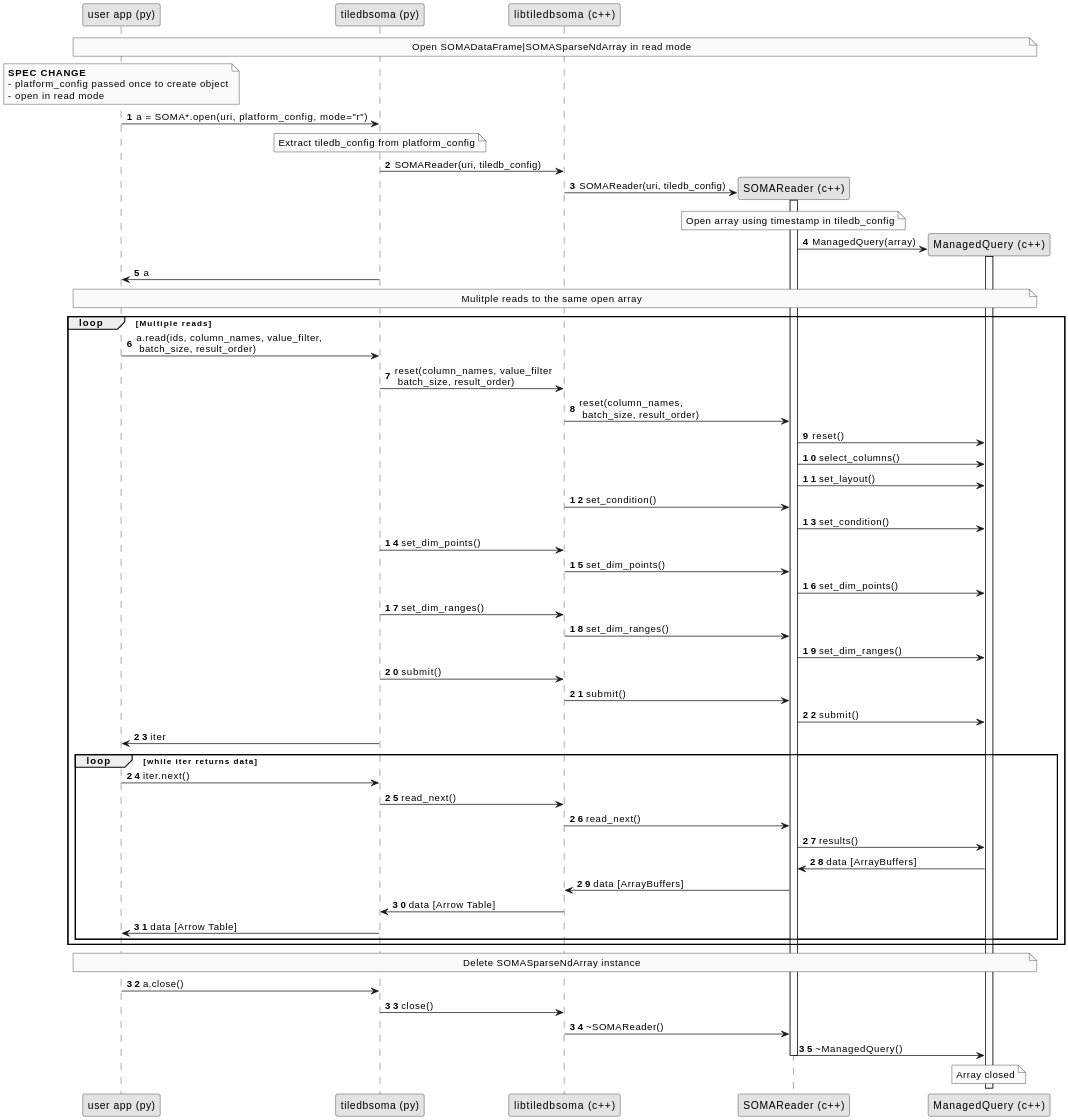
Earlier version of the PlantUML export libtiledbsoma/doc/reader.svg (single-cell-data/TileDB-SOMA). Its diagram source:
```plantuml
@startuml

skinparam monochrome true
scale 800 height
autonumber

participant "user app (py)" as py
participant "tiledbsoma (py)" as soma
participant "libtiledbsoma (c++)" as clib
participant "SOMAReader (c++)" as sr
participant "ManagedQuery (c++)" as mq


note across: Open SOMADataFrame|SOMASparseNdArray in read mode

note over py: **SPEC CHANGE**\n- platform_config passed once to create object\n- open in read mode
py -> soma : a = SOMA*.open(uri, platform_config, mode="r")
note over soma: Extract tiledb_config from platform_config
soma -> clib : SOMAReader(uri, tiledb_config)
clib -> sr ** : SOMAReader(uri, tiledb_config)
sr++
note over sr: Open array using timestamp in tiledb_config

sr -> mq ** : ManagedQuery(array)
mq ++
soma -> py : a

note across: Mulitple reads to the same open array
loop Multiple reads
    py -> soma : a.read(ids, column_names, value_filter,\n batch_size, result_order)
    soma -> clib : reset(column_names, value_filter\n batch_size, result_order)
    clib -> sr : reset(column_names,\n batch_size, result_order)
    sr -> mq : reset()
    sr -> mq : select_columns()
    sr -> mq : set_layout()

    clib -> sr : set_condition()
    sr -> mq : set_condition()

    soma -> clib : set_dim_points()
    clib -> sr : set_dim_points()
    sr -> mq : set_dim_points()

    soma -> clib : set_dim_ranges()
    clib -> sr : set_dim_ranges()
    sr -> mq : set_dim_ranges()

    soma -> clib : submit()
    clib -> sr : submit()
    sr -> mq : submit()
    soma -> py : iter


    loop while iter returns data
        py -> soma : iter.next()
        soma -> clib : read_next()
        clib -> sr : read_next()
        sr -> mq : results()
        mq -> sr : data [ArrayBuffers]
        sr -> clib : data [ArrayBuffers]
        clib -> soma : data [Arrow Table]
        soma -> py : data [Arrow Table]
    end
end

note across: Delete SOMASparseNdArray instance

py -> soma : a.close()
soma -> clib : close()
clib -> sr -- : ~SOMAReader()
sr -> mq -- : ~ManagedQuery()
note over mq : Array closed

@enduml
```
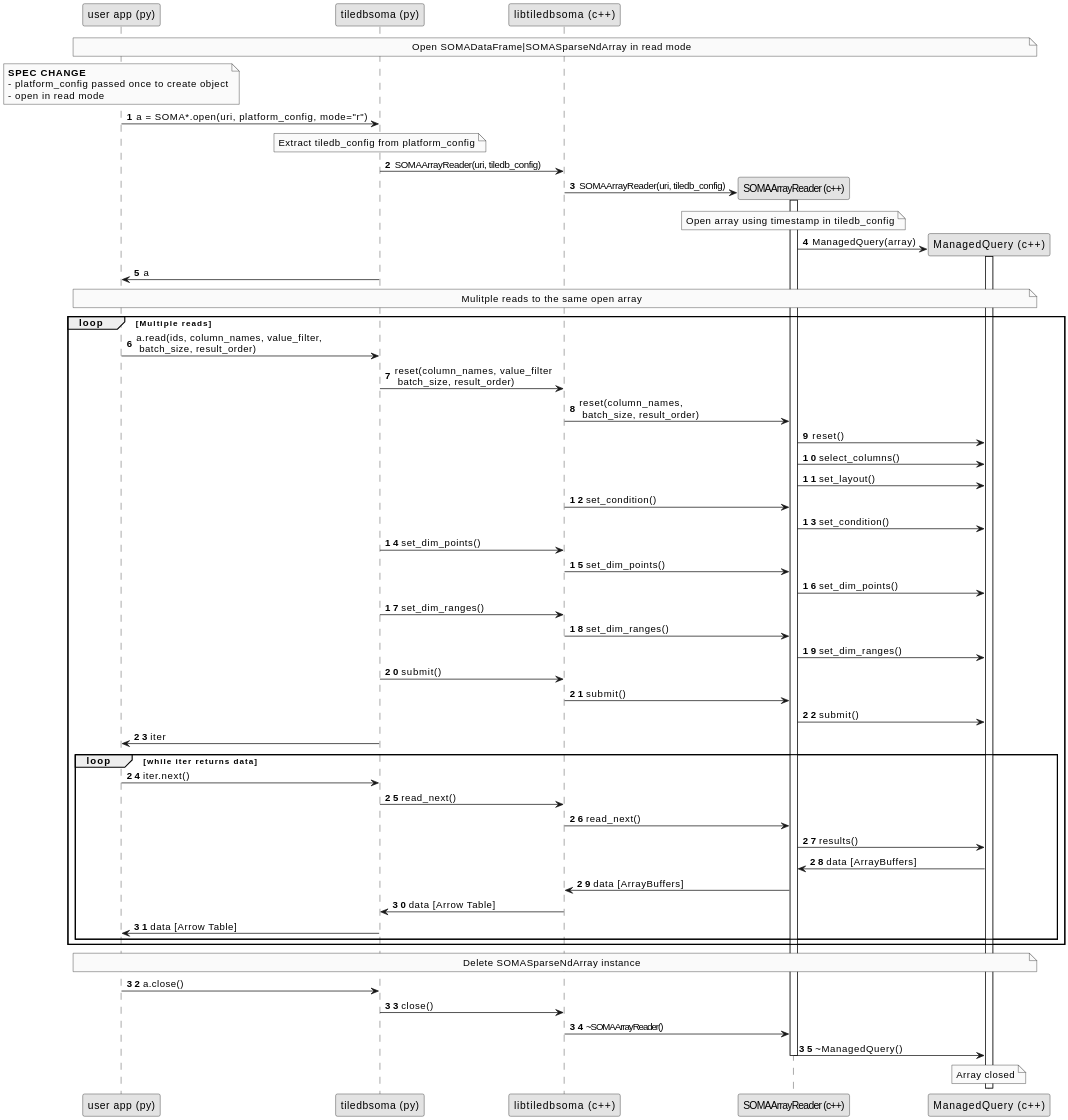
After the change.

What changed in the source:
```diff
@@ -7,7 +7,7 @@
 participant "user app (py)" as py
 participant "tiledbsoma (py)" as soma
 participant "libtiledbsoma (c++)" as clib
-participant "SOMAReader (c++)" as sr
+participant "SOMAArrayReader (c++)" as sr
 participant "ManagedQuery (c++)" as mq
 
 
@@ -16,8 +16,8 @@
 note over py: **SPEC CHANGE**\n- platform_config passed once to create object\n- open in read mode
 py -> soma : a = SOMA*.open(uri, platform_config, mode="r")
 note over soma: Extract tiledb_config from platform_config
-soma -> clib : SOMAReader(uri, tiledb_config)
-clib -> sr ** : SOMAReader(uri, tiledb_config)
+soma -> clib : SOMAArrayReader(uri, tiledb_config)
+clib -> sr ** : SOMAArrayReader(uri, tiledb_config)
 sr++
 note over sr: Open array using timestamp in tiledb_config
 
@@ -67,7 +67,7 @@
 
 py -> soma : a.close()
 soma -> clib : close()
-clib -> sr -- : ~SOMAReader()
+clib -> sr -- : ~SOMAArrayReader()
 sr -> mq -- : ~ManagedQuery()
 note over mq : Array closed
 
```
